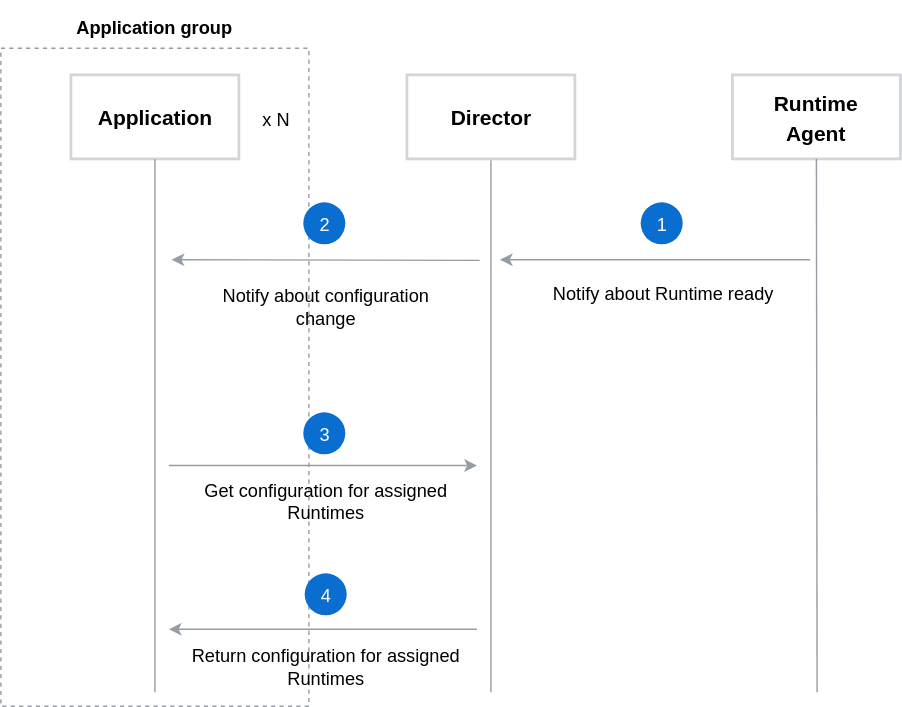
Earlier version of the draw.io export docs/compass/assets/runtime-notification.svg (kyma-incubator/compass). Source tidied: cells renumbered, new cells last; positions are measured from the earlier drawing's top-left corner, leaving out a move shared by most shapes.
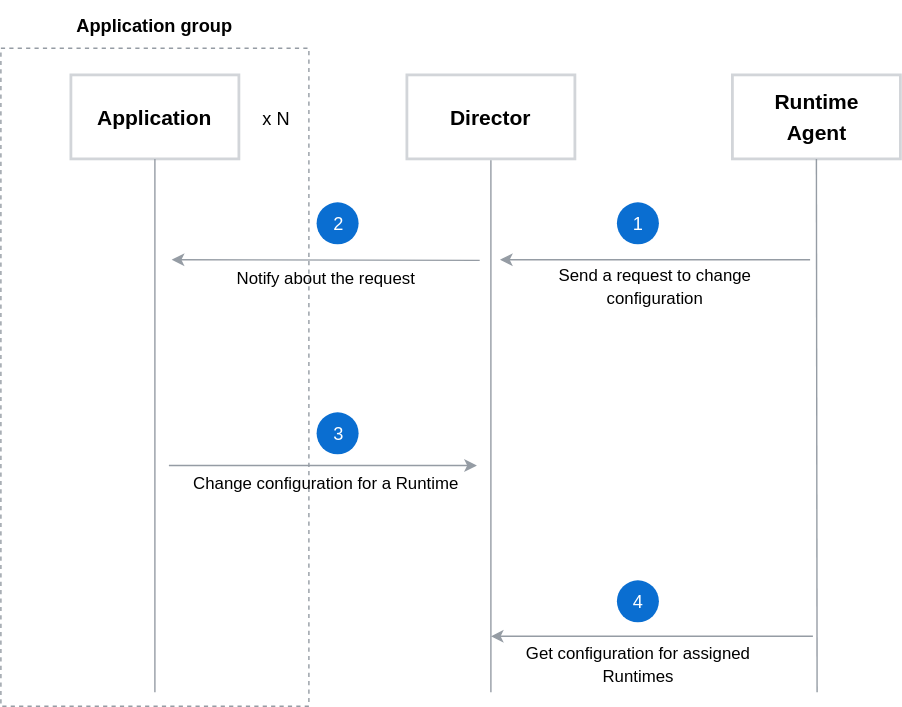
The same file after the commit.

The edit, as a diff of the source:
```diff
@@ -38,11 +38,11 @@
         <mxPoint x="356.5" y="185" as="targetPoint" />
       </mxGeometry>
     </mxCell>
-    <mxCell id="10" value="Notify about Runtime ready" style="text;html=1;strokeColor=none;fillColor=none;align=center;verticalAlign=middle;whiteSpace=wrap;rounded=0;fontFamily=Helvetica;fontSize=13;fontColor=#000000;" parent="1" vertex="1">
-      <mxGeometry x="374.5" y="198" width="195" height="20" as="geometry" />
+    <mxCell id="10" value="&lt;span style=&quot;font-size: 12px&quot;&gt;Send a request to change configuration&lt;/span&gt;" style="text;html=1;strokeColor=none;fillColor=none;align=center;verticalAlign=middle;whiteSpace=wrap;rounded=0;fontFamily=Helvetica;fontSize=13;fontColor=#000000;" parent="1" vertex="1">
+      <mxGeometry x="370" y="194" width="195" height="20" as="geometry" />
     </mxCell>
     <mxCell id="11" value="&lt;h3 style=&quot;text-align: center&quot;&gt;&lt;font style=&quot;font-weight: normal ; font-size: 13px&quot;&gt;1&lt;/font&gt;&lt;/h3&gt;" style="ellipse;html=1;rounded=0;shadow=0;glass=0;comic=0;labelBackgroundColor=none;strokeColor=none;strokeWidth=1;fillColor=#0A6ED1;gradientColor=none;fontSize=13;fontColor=#FFFFFF;align=center;verticalAlign=middle;horizontal=1;" parent="1" vertex="1">
-      <mxGeometry x="457" y="144" width="30" height="30" as="geometry" />
+      <mxGeometry x="440" y="144" width="30" height="30" as="geometry" />
     </mxCell>
     <mxCell id="12" style="endArrow=classic;html=1;labelBackgroundColor=none;strokeColor=#959CA4;strokeWidth=1;fillColor=#000000;fontFamily=Helvetica;fontSize=18;fontColor=#000000;" parent="1" edge="1">
       <mxGeometry relative="1" as="geometry">
@@ -50,11 +50,11 @@
         <mxPoint x="122" y="185" as="targetPoint" />
       </mxGeometry>
     </mxCell>
-    <mxCell id="13" value="Notify about configuration change" style="text;html=1;strokeColor=none;fillColor=none;align=center;verticalAlign=middle;whiteSpace=wrap;rounded=0;fontFamily=Helvetica;fontSize=13;fontColor=#000000;" parent="1" vertex="1">
-      <mxGeometry x="134.5" y="208" width="195" height="20" as="geometry" />
+    <mxCell id="13" value="&lt;font style=&quot;font-size: 12px&quot;&gt;Notify about the request&lt;/font&gt;" style="text;html=1;strokeColor=none;fillColor=none;align=center;verticalAlign=middle;whiteSpace=wrap;rounded=0;fontFamily=Helvetica;fontSize=13;fontColor=#000000;" parent="1" vertex="1">
+      <mxGeometry x="134.5" y="188" width="195" height="20" as="geometry" />
     </mxCell>
     <mxCell id="14" value="&lt;h3 style=&quot;text-align: center&quot;&gt;&lt;font style=&quot;font-weight: normal ; font-size: 13px&quot;&gt;2&lt;/font&gt;&lt;/h3&gt;" style="ellipse;html=1;rounded=0;shadow=0;glass=0;comic=0;labelBackgroundColor=none;strokeColor=none;strokeWidth=1;fillColor=#0A6ED1;gradientColor=none;fontSize=13;fontColor=#FFFFFF;align=center;verticalAlign=middle;horizontal=1;" parent="1" vertex="1">
-      <mxGeometry x="216" y="144" width="30" height="30" as="geometry" />
+      <mxGeometry x="225.5" y="144" width="30" height="30" as="geometry" />
     </mxCell>
     <mxCell id="15" value="&lt;span style=&quot;font-size: 13px&quot;&gt;&lt;b&gt;Application group&lt;/b&gt;&lt;/span&gt;" style="text;html=1;strokeColor=none;fillColor=none;align=center;verticalAlign=middle;whiteSpace=wrap;rounded=0;fontFamily=Helvetica;fontSize=18;fontColor=#000000;" parent="1" vertex="1">
       <mxGeometry x="20" y="0.5" width="180" height="33" as="geometry" />
@@ -68,23 +68,23 @@
         <mxPoint x="340" y="332" as="targetPoint" />
       </mxGeometry>
     </mxCell>
-    <mxCell id="18" value="Get configuration for assigned Runtimes" style="text;html=1;strokeColor=none;fillColor=none;align=center;verticalAlign=middle;whiteSpace=wrap;rounded=0;fontFamily=Helvetica;fontSize=13;fontColor=#000000;" parent="1" vertex="1">
-      <mxGeometry x="134.5" y="346.5" width="195" height="20" as="geometry" />
+    <mxCell id="18" value="&lt;font style=&quot;font-size: 12px&quot;&gt;Change configuration for a Runtime&lt;/font&gt;" style="text;html=1;strokeColor=none;fillColor=none;align=center;verticalAlign=middle;whiteSpace=wrap;rounded=0;fontFamily=Helvetica;fontSize=13;fontColor=#000000;" parent="1" vertex="1">
+      <mxGeometry x="134.5" y="334" width="195" height="20" as="geometry" />
     </mxCell>
     <mxCell id="19" value="&lt;h3 style=&quot;text-align: center&quot;&gt;&lt;font style=&quot;font-weight: normal ; font-size: 13px&quot;&gt;3&lt;/font&gt;&lt;/h3&gt;" style="ellipse;html=1;rounded=0;shadow=0;glass=0;comic=0;labelBackgroundColor=none;strokeColor=none;strokeWidth=1;fillColor=#0A6ED1;gradientColor=none;fontSize=13;fontColor=#FFFFFF;align=center;verticalAlign=middle;horizontal=1;" parent="1" vertex="1">
-      <mxGeometry x="216" y="294" width="30" height="30" as="geometry" />
+      <mxGeometry x="225.5" y="294" width="30" height="30" as="geometry" />
     </mxCell>
     <mxCell id="20" style="endArrow=classic;html=1;labelBackgroundColor=none;strokeColor=#959CA4;strokeWidth=1;fillColor=#000000;fontFamily=Helvetica;fontSize=18;fontColor=#000000;" parent="1" edge="1">
       <mxGeometry relative="1" as="geometry">
-        <mxPoint x="340" y="449" as="sourcePoint" />
-        <mxPoint x="120" y="449" as="targetPoint" />
+        <mxPoint x="580" y="454" as="sourcePoint" />
+        <mxPoint x="350" y="454" as="targetPoint" />
       </mxGeometry>
     </mxCell>
-    <mxCell id="21" value="Return configuration for assigned Runtimes" style="text;html=1;strokeColor=none;fillColor=none;align=center;verticalAlign=middle;whiteSpace=wrap;rounded=0;fontFamily=Helvetica;fontSize=13;fontColor=#000000;" parent="1" vertex="1">
-      <mxGeometry x="134.5" y="465" width="195" height="20" as="geometry" />
+    <mxCell id="21" value="&lt;font style=&quot;font-size: 12px&quot;&gt;Get configuration for assigned Runtimes&lt;/font&gt;" style="text;html=1;strokeColor=none;fillColor=none;align=center;verticalAlign=middle;whiteSpace=wrap;rounded=0;fontFamily=Helvetica;fontSize=13;fontColor=#000000;" parent="1" vertex="1">
+      <mxGeometry x="357.5" y="464" width="195" height="20" as="geometry" />
     </mxCell>
     <mxCell id="22" value="&lt;h3 style=&quot;text-align: center&quot;&gt;&lt;font style=&quot;font-weight: normal ; font-size: 13px&quot;&gt;4&lt;/font&gt;&lt;/h3&gt;" style="ellipse;html=1;rounded=0;shadow=0;glass=0;comic=0;labelBackgroundColor=none;strokeColor=none;strokeWidth=1;fillColor=#0A6ED1;gradientColor=none;fontSize=13;fontColor=#FFFFFF;align=center;verticalAlign=middle;horizontal=1;" parent="1" vertex="1">
-      <mxGeometry x="217" y="409" width="30" height="30" as="geometry" />
+      <mxGeometry x="440" y="414" width="30" height="30" as="geometry" />
     </mxCell>
   </root>
 </mxGraphModel>
```
